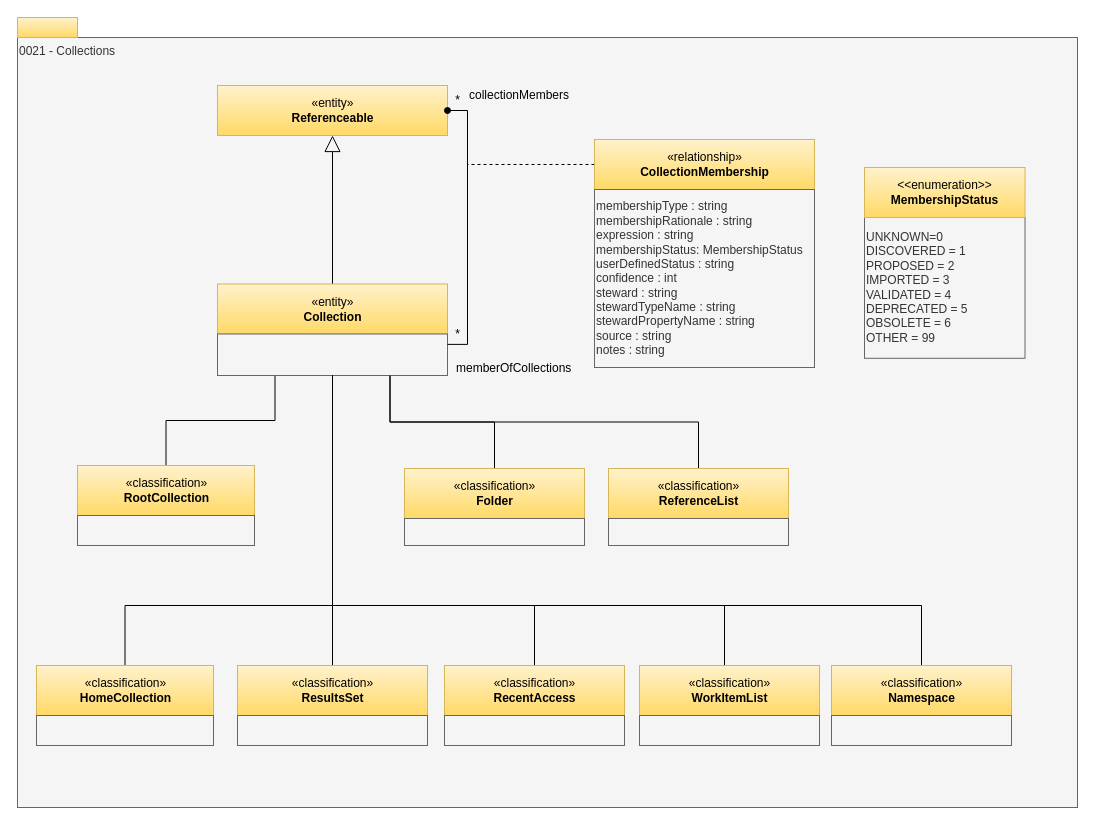
odpi/egeria-docs keeps this draw.io diagram as page "0021-Collections" (15 of 32) of site/docs/types/0/area-0-basic-types-and-infrastructure.drawio. Above is the earlier version. Source tidied: cells renumbered, new cells numbered last; positions are measured from the earlier drawing's top-left corner, leaving out a move shared by most shapes. Both pictures are drawn from the tidied source at 100%, with x=0, y=0 at pixel (17, 17).
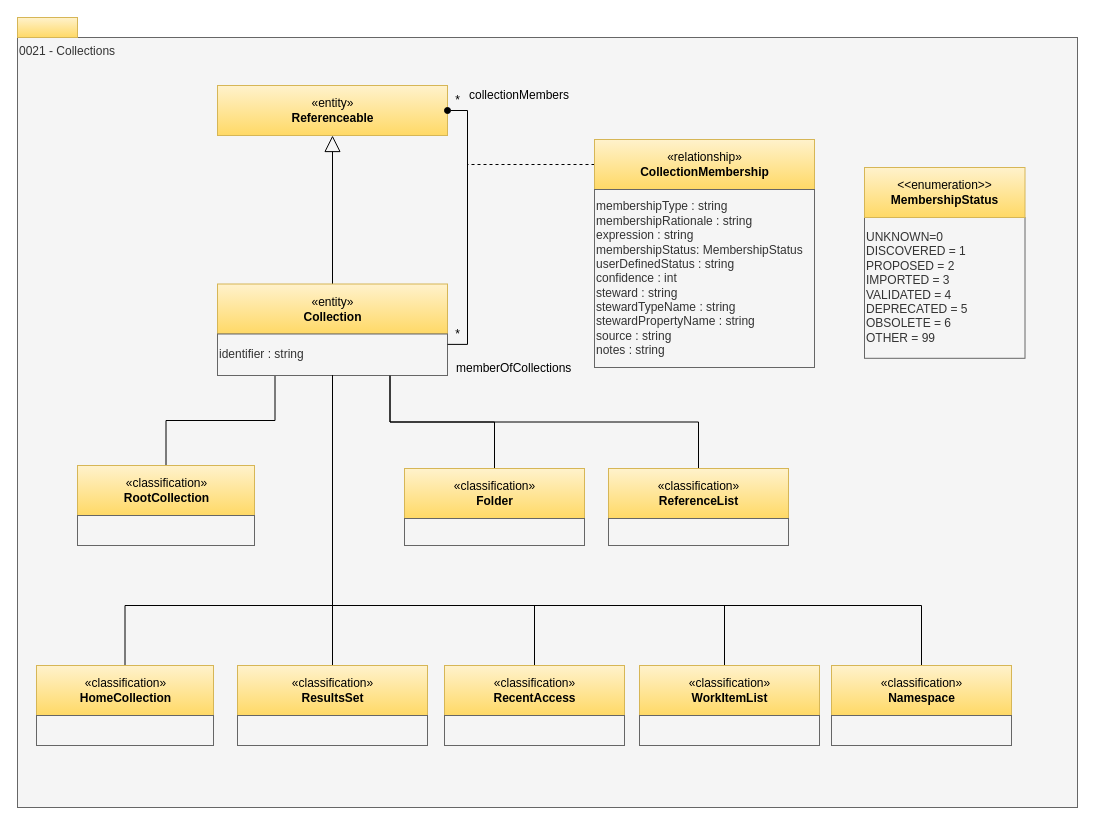
Above is the later version.

What changed in the source:
```diff
@@
-    <mxCell id="10" style="rounded=0;whiteSpace=wrap;html=1;align=left;fillColor=#f5f5f5;fontColor=#333333;strokeColor=#666666;" parent="1" vertex="1">
+    <mxCell id="10" value="identifier : string" style="rounded=0;whiteSpace=wrap;html=1;align=left;fillColor=#f5f5f5;fontColor=#333333;strokeColor=#666666;" parent="1" vertex="1">
       <mxGeometry x="200" y="316.5" width="230" height="41.5" as="geometry" />
     </mxCell>
```
